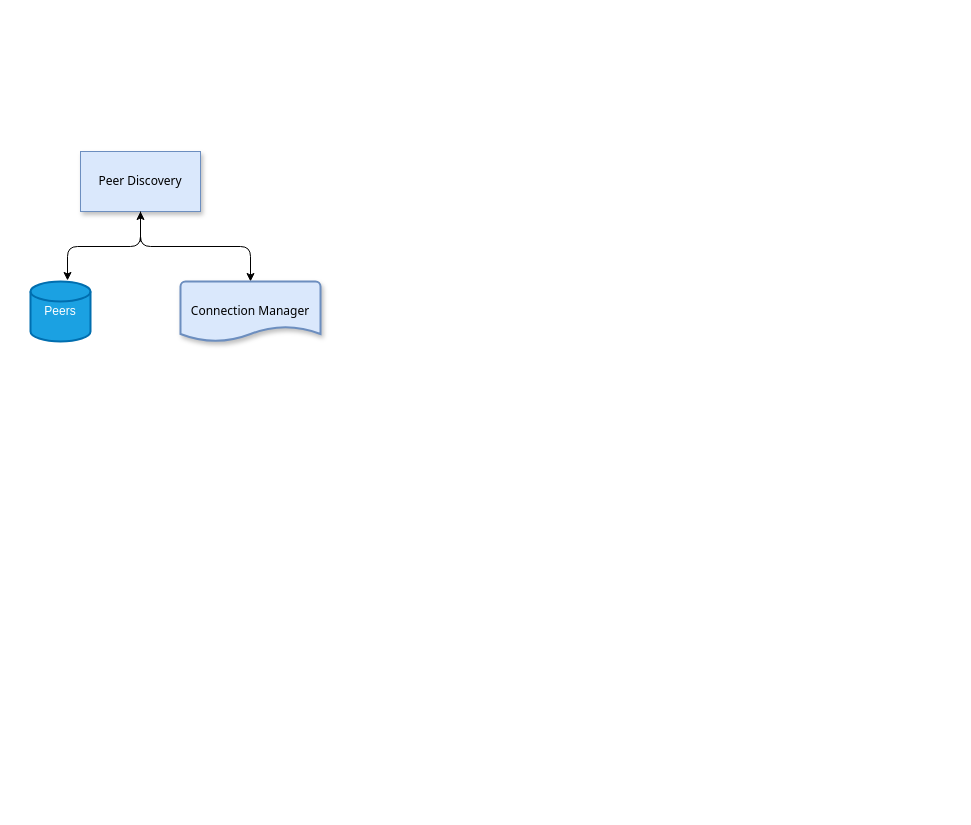
Earlier version of the draw.io diagram doc/未命名绘图.drawio (jackjoesh/databend). Source tidied: cells renumbered, new cells numbered last; positions are measured from the earlier drawing's top-left corner, leaving out a move shared by most shapes. Both pictures are drawn from the tidied source at 100%, with x=0, y=0 at pixel (30, 151).
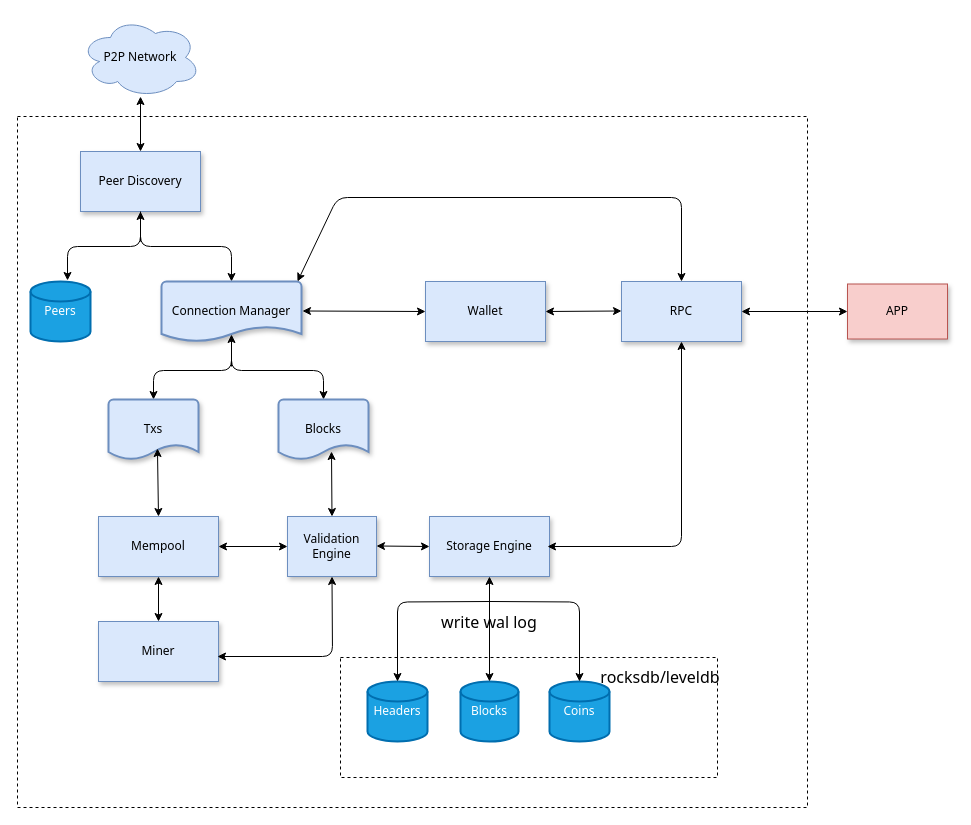
After the change.

Commit message:
更新未命名绘图.drawio

The change refers to these unchanged cells:
```xml
<mxCell id="3" value="Peer Discovery" style="rounded=0;whiteSpace=wrap;html=1;shadow=1;fillColor=#dae8fc;strokeColor=#6c8ebf;fontFamily=Tahoma;" parent="1" vertex="1">
  <mxGeometry x="50" width="120" height="60" as="geometry" />
</mxCell>
```

Change to the diagram source:
```diff
@@
+    <mxCell id="8" style="rounded=0;whiteSpace=wrap;html=1;dashed=1;fillColor=none;fontFamily=Tahoma;" parent="1" vertex="1">
+      <mxGeometry x="-13" y="-35" width="790" height="691" as="geometry" />
+    </mxCell>
+    <mxCell id="9" style="rounded=0;whiteSpace=wrap;html=1;fillColor=none;dashed=1;" parent="1" vertex="1">
+      <mxGeometry x="310" y="506" width="377" height="120" as="geometry" />
+    </mxCell>
-    <mxCell id="2" style="edgeStyle=orthogonalEdgeStyle;rounded=1;jettySize=auto;html=1;exitX=0.5;exitY=1;exitDx=0;exitDy=0;curved=0;" parent="1" edge="1" source="3" target="4">
+    <mxCell id="2" style="edgeStyle=orthogonalEdgeStyle;rounded=1;jettySize=auto;html=1;exitX=0.5;exitY=1;exitDx=0;exitDy=0;curved=0;fontFamily=Tahoma;" parent="1" edge="1" source="3" target="4">
       <mxGeometry relative="1" as="geometry" />
     </mxCell>
@@
+    <mxCell id="10" style="edgeStyle=orthogonalEdgeStyle;rounded=1;jettySize=auto;html=1;curved=0;fontFamily=Tahoma;" parent="1" edge="1" source="4" target="17">
+      <mxGeometry relative="1" as="geometry" />
+    </mxCell>
+    <mxCell id="11" style="edgeStyle=orthogonalEdgeStyle;rounded=1;jettySize=auto;html=1;curved=0;fontFamily=Tahoma;" parent="1" edge="1" source="4" target="16">
+      <mxGeometry relative="1" as="geometry" />
+    </mxCell>
     <mxCell id="4" value="Connection Manager" style="strokeWidth=2;html=1;shape=mxgraph.flowchart.document2;whiteSpace=wrap;size=0.25;shadow=1;fillColor=#dae8fc;strokeColor=#6c8ebf;fontFamily=Tahoma;" parent="1" vertex="1">
-      <mxGeometry x="150" y="130" width="140" height="60" as="geometry" />
+      <mxGeometry x="131" y="130" width="140" height="60" as="geometry" />
     </mxCell>
-    <mxCell id="5" value="Peers" style="strokeWidth=2;html=1;shape=mxgraph.flowchart.database;whiteSpace=wrap;fillColor=#1ba1e2;fontColor=#ffffff;strokeColor=#006EAF;" parent="1" vertex="1">
+    <mxCell id="5" value="Peers" style="strokeWidth=2;html=1;shape=mxgraph.flowchart.database;whiteSpace=wrap;fillColor=#1ba1e2;fontColor=#ffffff;strokeColor=#006EAF;fontFamily=Tahoma;" parent="1" vertex="1">
       <mxGeometry y="130" width="60" height="60" as="geometry" />
     </mxCell>
-    <mxCell id="6" style="edgeStyle=orthogonalEdgeStyle;rounded=1;jettySize=auto;html=1;exitX=0.5;exitY=1;exitDx=0;exitDy=0;entryX=0.617;entryY=-0.017;entryDx=0;entryDy=0;entryPerimeter=0;curved=0;" parent="1" edge="1" source="3" target="5">
+    <mxCell id="6" style="edgeStyle=orthogonalEdgeStyle;rounded=1;jettySize=auto;html=1;exitX=0.5;exitY=1;exitDx=0;exitDy=0;entryX=0.617;entryY=-0.017;entryDx=0;entryDy=0;entryPerimeter=0;curved=0;fontFamily=Tahoma;" parent="1" edge="1" source="3" target="5">
       <mxGeometry relative="1" as="geometry" />
     </mxCell>
-    <mxCell id="7" style="endArrow=classic;html=1;rounded=0;entryX=0.5;entryY=1;entryDx=0;entryDy=0;" parent="1" edge="1" target="3">
+    <mxCell id="7" style="endArrow=classic;html=1;rounded=0;entryX=0.5;entryY=1;entryDx=0;entryDy=0;fontFamily=Tahoma;" parent="1" edge="1" target="3">
       <mxGeometry relative="1" as="geometry">
         <mxPoint x="110" y="90" as="sourcePoint" />
       </mxGeometry>
     </mxCell>
+    <mxCell id="12" value="Wallet" style="rounded=0;whiteSpace=wrap;html=1;fillColor=#dae8fc;strokeColor=#6c8ebf;shadow=1;fontFamily=Tahoma;" parent="1" vertex="1">
+      <mxGeometry x="395" y="130" width="120" height="60" as="geometry" />
+    </mxCell>
+    <mxCell id="13" style="endArrow=classic;startArrow=classic;html=1;rounded=0;entryX=0;entryY=0.5;entryDx=0;entryDy=0;fontFamily=Tahoma;" parent="1" edge="1" target="12">
+      <mxGeometry relative="1" as="geometry">
+        <mxPoint x="272" y="159.5" as="sourcePoint" />
+      </mxGeometry>
+    </mxCell>
+    <mxCell id="14" value="RPC" style="rounded=0;whiteSpace=wrap;html=1;fillColor=#dae8fc;strokeColor=#6c8ebf;shadow=1;fontFamily=Tahoma;" parent="1" vertex="1">
+      <mxGeometry x="591" y="130" width="120" height="60" as="geometry" />
+    </mxCell>
+    <mxCell id="15" style="endArrow=classic;startArrow=classic;html=1;rounded=0;exitX=1;exitY=0.5;exitDx=0;exitDy=0;fontFamily=Tahoma;" parent="1" edge="1" source="12">
+      <mxGeometry relative="1" as="geometry">
+        <mxPoint x="591" y="159.5" as="targetPoint" />
+      </mxGeometry>
+    </mxCell>
+    <mxCell id="16" value="Txs" style="strokeWidth=2;html=1;shape=mxgraph.flowchart.document2;whiteSpace=wrap;size=0.25;shadow=1;fillColor=#dae8fc;strokeColor=#6c8ebf;fontFamily=Tahoma;" parent="1" vertex="1">
+      <mxGeometry x="78" y="248" width="90" height="60" as="geometry" />
+    </mxCell>
+    <mxCell id="17" value="Blocks" style="strokeWidth=2;html=1;shape=mxgraph.flowchart.document2;whiteSpace=wrap;size=0.25;shadow=1;fillColor=#dae8fc;strokeColor=#6c8ebf;fontFamily=Tahoma;" parent="1" vertex="1">
+      <mxGeometry x="248" y="248" width="90" height="60" as="geometry" />
+    </mxCell>
+    <mxCell id="18" style="endArrow=classic;html=1;rounded=0;entryX=0.514;entryY=0.883;entryDx=0;entryDy=0;entryPerimeter=0;fontFamily=Tahoma;" parent="1" edge="1">
+      <mxGeometry relative="1" as="geometry">
+        <mxPoint x="201" y="215" as="sourcePoint" />
+        <mxPoint x="201" y="183" as="targetPoint" />
+      </mxGeometry>
+    </mxCell>
+    <mxCell id="19" value="Mempool" style="rounded=0;whiteSpace=wrap;html=1;fillColor=#dae8fc;strokeColor=#6c8ebf;shadow=1;fontFamily=Tahoma;" parent="1" vertex="1">
+      <mxGeometry x="68" y="365" width="120" height="60" as="geometry" />
+    </mxCell>
+    <mxCell id="20" value="Validation Engine" style="rounded=0;whiteSpace=wrap;html=1;fillColor=#dae8fc;strokeColor=#6c8ebf;shadow=1;fontFamily=Tahoma;" parent="1" vertex="1">
+      <mxGeometry x="257" y="365" width="89" height="60" as="geometry" />
+    </mxCell>
+    <mxCell id="21" style="endArrow=classic;startArrow=classic;html=1;rounded=0;exitX=0.5;exitY=0;exitDx=0;exitDy=0;entryX=0.544;entryY=0.817;entryDx=0;entryDy=0;entryPerimeter=0;fontFamily=Tahoma;" parent="1" edge="1" source="19" target="16">
+      <mxGeometry relative="1" as="geometry" />
+    </mxCell>
+    <mxCell id="22" value="Miner" style="rounded=0;whiteSpace=wrap;html=1;fillColor=#dae8fc;strokeColor=#6c8ebf;shadow=1;fontFamily=Tahoma;" parent="1" vertex="1">
+      <mxGeometry x="68" y="470" width="120" height="60" as="geometry" />
+    </mxCell>
+    <mxCell id="23" style="endArrow=classic;startArrow=classic;html=1;rounded=0;exitX=0.5;exitY=0;exitDx=0;exitDy=0;fontFamily=Tahoma;" parent="1" edge="1" source="22">
+      <mxGeometry relative="1" as="geometry">
+        <mxPoint x="128" y="425" as="targetPoint" />
+      </mxGeometry>
+    </mxCell>
+    <mxCell id="24" style="endArrow=classic;startArrow=classic;html=1;rounded=0;entryX=0;entryY=0.5;entryDx=0;entryDy=0;exitX=1;exitY=0.5;exitDx=0;exitDy=0;fontFamily=Tahoma;" parent="1" edge="1" source="19" target="20">
+      <mxGeometry relative="1" as="geometry" />
+    </mxCell>
+    <mxCell id="25" style="endArrow=classic;startArrow=classic;html=1;rounded=0;exitX=0.5;exitY=0;exitDx=0;exitDy=0;entryX=0.589;entryY=0.867;entryDx=0;entryDy=0;entryPerimeter=0;fontFamily=Tahoma;" parent="1" edge="1" source="20" target="17">
+      <mxGeometry relative="1" as="geometry" />
+    </mxCell>
+    <mxCell id="26" value="Storage Engine" style="rounded=0;whiteSpace=wrap;html=1;fillColor=#dae8fc;strokeColor=#6c8ebf;shadow=1;fontFamily=Tahoma;" parent="1" vertex="1">
+      <mxGeometry x="399" y="365" width="120" height="60" as="geometry" />
+    </mxCell>
+    <mxCell id="27" style="endArrow=classic;startArrow=classic;html=1;rounded=1;entryX=0.5;entryY=1;entryDx=0;entryDy=0;curved=0;fontFamily=Tahoma;" parent="1" edge="1" target="20">
+      <mxGeometry relative="1" as="geometry">
+        <mxPoint x="187" y="505" as="sourcePoint" />
+        <Array as="points">
+          <mxPoint x="302" y="505" />
+        </Array>
+      </mxGeometry>
+    </mxCell>
+    <mxCell id="28" style="endArrow=classic;startArrow=classic;html=1;rounded=0;exitX=1;exitY=0.5;exitDx=0;exitDy=0;entryX=0;entryY=0.5;entryDx=0;entryDy=0;fontFamily=Tahoma;" parent="1" edge="1" target="26">
+      <mxGeometry relative="1" as="geometry">
+        <mxPoint x="346" y="394.5" as="sourcePoint" />
+      </mxGeometry>
+    </mxCell>
+    <mxCell id="29" value="Headers" style="strokeWidth=2;html=1;shape=mxgraph.flowchart.database;whiteSpace=wrap;fillColor=#1ba1e2;fontColor=#ffffff;strokeColor=#006EAF;fontFamily=Tahoma;" parent="1" vertex="1">
+      <mxGeometry x="337" y="530" width="60" height="60" as="geometry" />
+    </mxCell>
+    <mxCell id="30" value="Blocks" style="strokeWidth=2;html=1;shape=mxgraph.flowchart.database;whiteSpace=wrap;fillColor=#1ba1e2;fontColor=#ffffff;strokeColor=#006EAF;fontFamily=Tahoma;" parent="1" vertex="1">
+      <mxGeometry x="430" y="530" width="58" height="60" as="geometry" />
+    </mxCell>
+    <mxCell id="31" value="Coins" style="strokeWidth=2;html=1;shape=mxgraph.flowchart.database;whiteSpace=wrap;fillColor=#1ba1e2;fontColor=#ffffff;strokeColor=#006EAF;fontFamily=Tahoma;" parent="1" vertex="1">
+      <mxGeometry x="519" y="530" width="60" height="60" as="geometry" />
+    </mxCell>
+    <mxCell id="32" style="edgeStyle=orthogonalEdgeStyle;rounded=1;jettySize=auto;html=1;exitX=0.5;exitY=1;exitDx=0;exitDy=0;entryX=0.5;entryY=0;entryDx=0;entryDy=0;entryPerimeter=0;curved=0;fontFamily=Tahoma;" parent="1" edge="1" target="29">
+      <mxGeometry relative="1" as="geometry">
+        <mxPoint x="459" y="450" as="sourcePoint" />
+      </mxGeometry>
+    </mxCell>
+    <mxCell id="33" style="edgeStyle=orthogonalEdgeStyle;rounded=1;jettySize=auto;html=1;exitX=0.5;exitY=1;exitDx=0;exitDy=0;entryX=0.5;entryY=0;entryDx=0;entryDy=0;entryPerimeter=0;curved=0;fontFamily=Tahoma;" parent="1" edge="1" target="31">
+      <mxGeometry relative="1" as="geometry">
+        <mxPoint x="459" y="450" as="sourcePoint" />
+      </mxGeometry>
+    </mxCell>
+    <mxCell id="34" style="endArrow=classic;startArrow=classic;html=1;rounded=0;exitX=0.5;exitY=0;exitDx=0;exitDy=0;exitPerimeter=0;entryX=0.5;entryY=1;entryDx=0;entryDy=0;fontFamily=Tahoma;" parent="1" edge="1" source="30" target="26">
+      <mxGeometry relative="1" as="geometry" />
+    </mxCell>
+    <mxCell id="35" value="APP" style="rounded=0;whiteSpace=wrap;html=1;fillColor=#f8cecc;strokeColor=#b85450;shadow=1;fontFamily=Tahoma;" parent="1" vertex="1">
+      <mxGeometry x="817" y="132.5" width="100" height="55" as="geometry" />
+    </mxCell>
+    <mxCell id="36" style="endArrow=classic;startArrow=classic;html=1;rounded=1;entryX=0.5;entryY=1;entryDx=0;entryDy=0;curved=0;fontFamily=Tahoma;" parent="1" edge="1" target="14">
+      <mxGeometry relative="1" as="geometry">
+        <mxPoint x="517" y="395" as="sourcePoint" />
+        <Array as="points">
+          <mxPoint x="651" y="395" />
+        </Array>
+      </mxGeometry>
+    </mxCell>
+    <mxCell id="37" style="endArrow=classic;startArrow=classic;html=1;rounded=0;entryX=0;entryY=0.5;entryDx=0;entryDy=0;exitX=1;exitY=0.5;exitDx=0;exitDy=0;fontFamily=Tahoma;" parent="1" edge="1" source="14" target="35">
+      <mxGeometry relative="1" as="geometry" />
+    </mxCell>
+    <mxCell id="38" value="P2P Network" style="ellipse;shape=cloud;whiteSpace=wrap;html=1;fillColor=#dae8fc;strokeColor=#6c8ebf;fontFamily=Tahoma;" parent="1" vertex="1">
+      <mxGeometry x="50" y="-134" width="120" height="80" as="geometry" />
+    </mxCell>
+    <mxCell id="39" style="endArrow=classic;startArrow=classic;html=1;rounded=0;exitX=0.5;exitY=0;exitDx=0;exitDy=0;entryX=0.5;entryY=0.988;entryDx=0;entryDy=0;entryPerimeter=0;" parent="1" edge="1" source="3" target="38">
+      <mxGeometry relative="1" as="geometry" />
+    </mxCell>
+    <mxCell id="40" style="endArrow=classic;startArrow=classic;html=1;rounded=1;entryX=0.5;entryY=0;entryDx=0;entryDy=0;curved=0;" parent="1" edge="1" target="14">
+      <mxGeometry relative="1" as="geometry">
+        <mxPoint x="267" y="130" as="sourcePoint" />
+        <Array as="points">
+          <mxPoint x="307" y="46" />
+          <mxPoint x="651" y="46" />
+        </Array>
+      </mxGeometry>
+    </mxCell>
+    <mxCell id="41" value="rocksdb/leveldb" style="text;strokeColor=none;align=center;fillColor=none;html=1;verticalAlign=middle;whiteSpace=wrap;rounded=0;fontFamily=Tahoma;fontSize=16;" parent="1" vertex="1">
+      <mxGeometry x="587" y="506" width="86" height="40" as="geometry" />
+    </mxCell>
+    <mxCell id="42" value="write wal log" style="text;strokeColor=none;align=center;fillColor=none;html=1;verticalAlign=middle;whiteSpace=wrap;rounded=0;fontFamily=Tahoma;fontSize=16;" parent="1" vertex="1">
+      <mxGeometry x="349" y="456" width="220" height="30" as="geometry" />
+    </mxCell>
```
